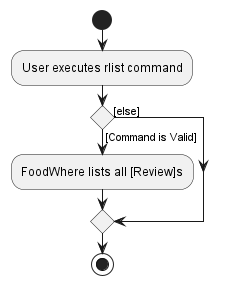
The PlantUML diagram docs/images/ListReviewActivityDiagram.png in nus-cs2103-AY2223S1/tp, before a commit. Source of this version:
```plantuml
@startuml
start
:User executes rlist command;

if () then ([Command is Valid])
    :FoodWhere lists all [Review]s;
else ([else])
endif
stop
@enduml
```
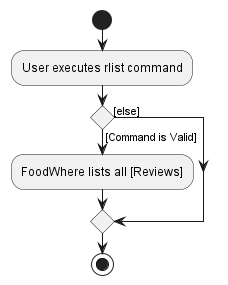
The same diagram one commit later.

The edit, as a diff of the source:
```diff
@@ -3,7 +3,7 @@
 :User executes rlist command;
 
 if () then ([Command is Valid])
-    :FoodWhere lists all [Review]s;
+    :FoodWhere lists all [Reviews];
 else ([else])
 endif
 stop
```
